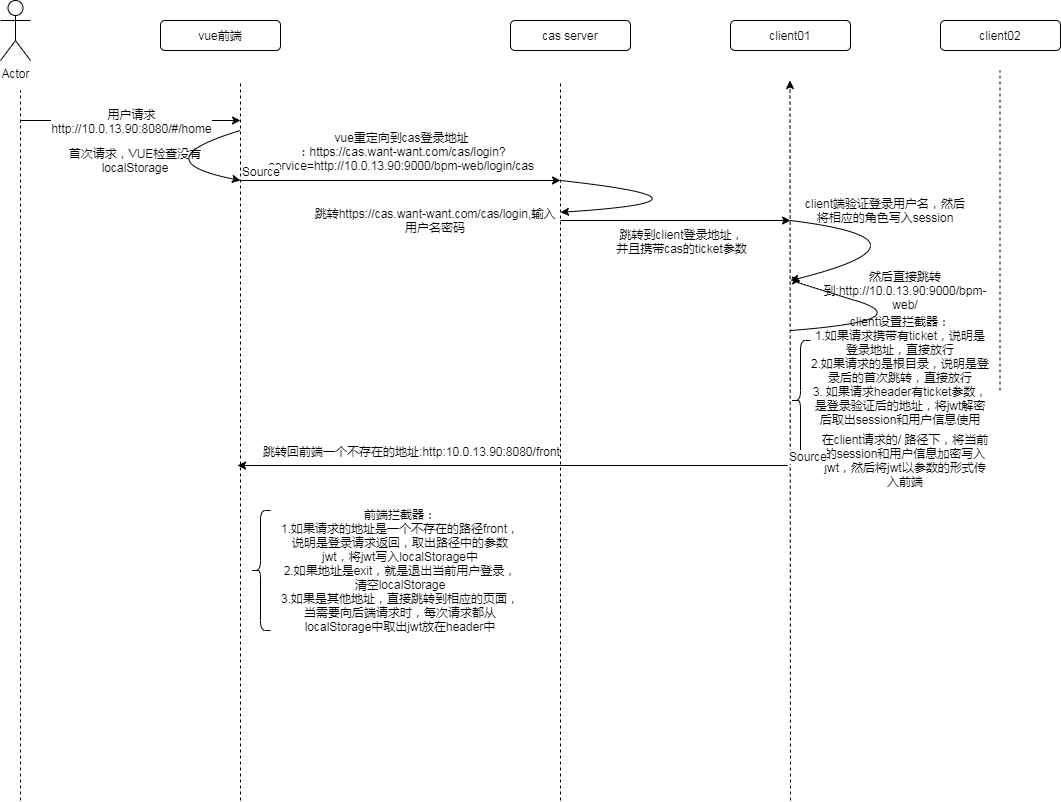
Before: BPM CAS流程图.png, a diagram exported from draw.io (daofuzhang/demo). Source tidied: cells renumbered, new cells last; positions are measured from the earlier drawing's top-left corner, leaving out a move shared by most shapes.
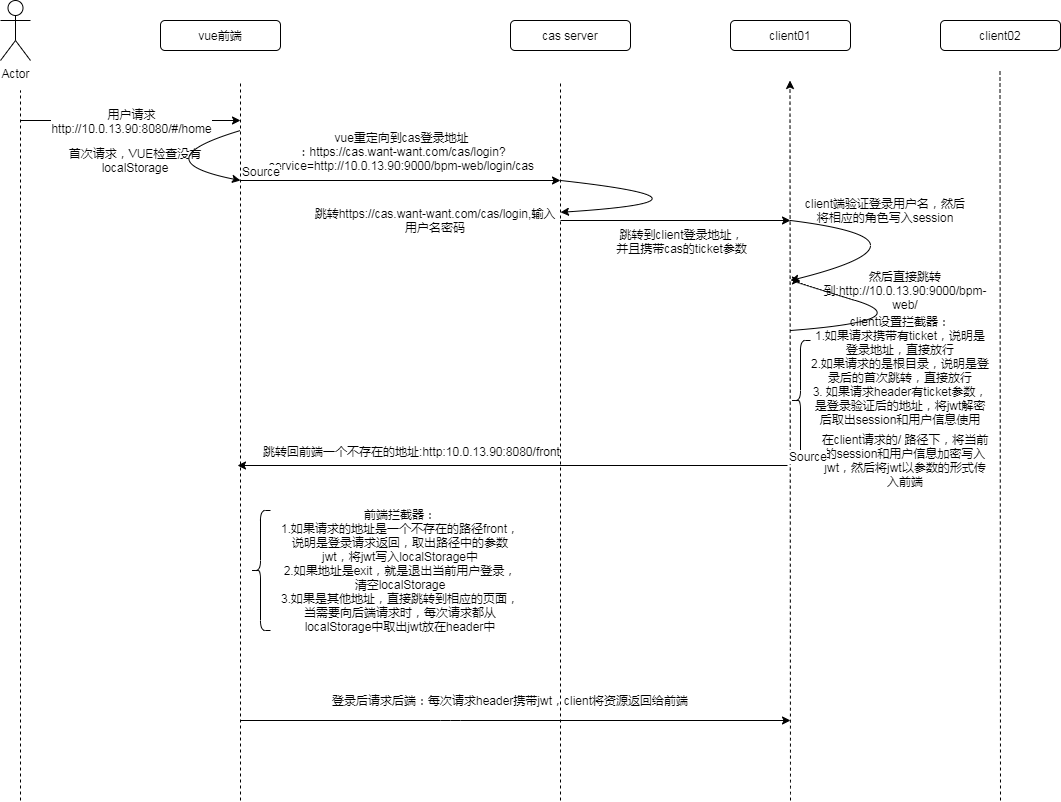
The same diagram one commit later.

What changed in the source:
```diff
@@ -43,7 +43,7 @@
     </mxCell>
     <mxCell id="11" style="endArrow=none;dashed=1;html=1;" parent="1" edge="1">
       <mxGeometry relative="1" as="geometry">
-        <mxPoint x="999.5" y="390" as="sourcePoint" />
+        <mxPoint x="1000" y="800" as="sourcePoint" />
         <mxPoint x="999.5" y="70" as="targetPoint" />
       </mxGeometry>
     </mxCell>
@@ -159,5 +159,17 @@
     <mxCell id="34" value="前端拦截器：&lt;br&gt;1.如果请求的地址是一个不存在的路径front，说明是登录请求返回，取出路径中的参数jwt，将jwt写入localStorage中&lt;br&gt;2.如果地址是exit，就是退出当前用户登录，清空localStorage&lt;br&gt;3.如果是其他地址，直接跳转到相应的页面，当需要向后端请求时，每次请求都从localStorage中取出jwt放在header中" style="text;html=1;strokeColor=none;fillColor=none;align=center;verticalAlign=middle;whiteSpace=wrap;rounded=0;" parent="1" vertex="1">
       <mxGeometry x="280" y="560" width="240" height="20" as="geometry" />
     </mxCell>
+    <mxCell id="35" style="endArrow=classic;html=1;" parent="1" edge="1">
+      <mxGeometry relative="1" as="geometry">
+        <mxPoint x="240" y="720" as="sourcePoint" />
+        <mxPoint x="790" y="720" as="targetPoint" />
+        <Array as="points">
+          <mxPoint x="450" y="720" />
+        </Array>
+      </mxGeometry>
+    </mxCell>
+    <mxCell id="36" value="登录后请求后端：每次请求header携带jwt，client将资源返回给前端" style="text;html=1;strokeColor=none;fillColor=none;align=center;verticalAlign=middle;whiteSpace=wrap;rounded=0;" parent="1" vertex="1">
+      <mxGeometry x="320" y="690" width="380" height="20" as="geometry" />
+    </mxCell>
   </root>
 </mxGraphModel>
```
